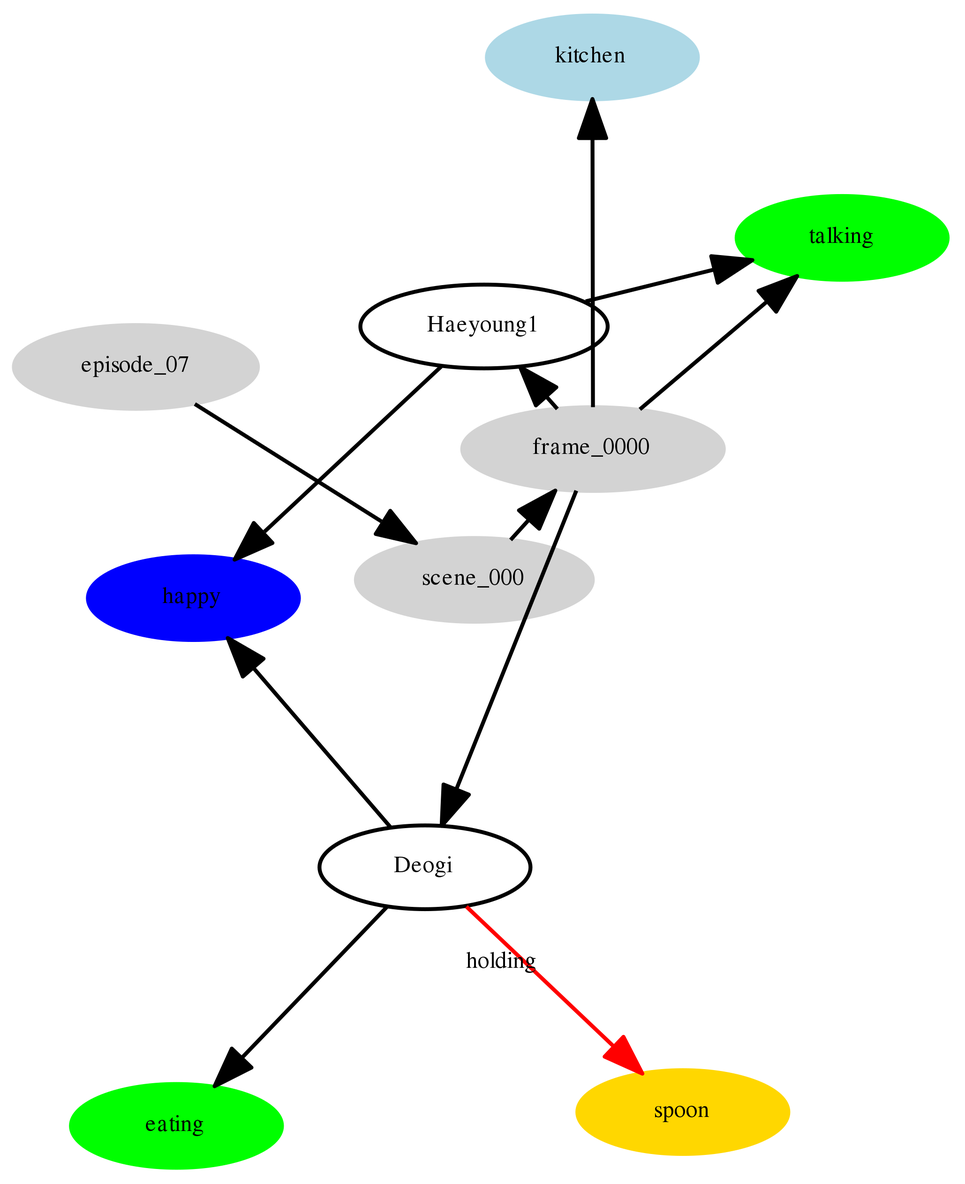
Above: jupyter/temp_graph.gv.png in ihaeyong/drama-graph (Graphviz), before the change. Its source is kept beside it as jupyter/temp_graph.gv.
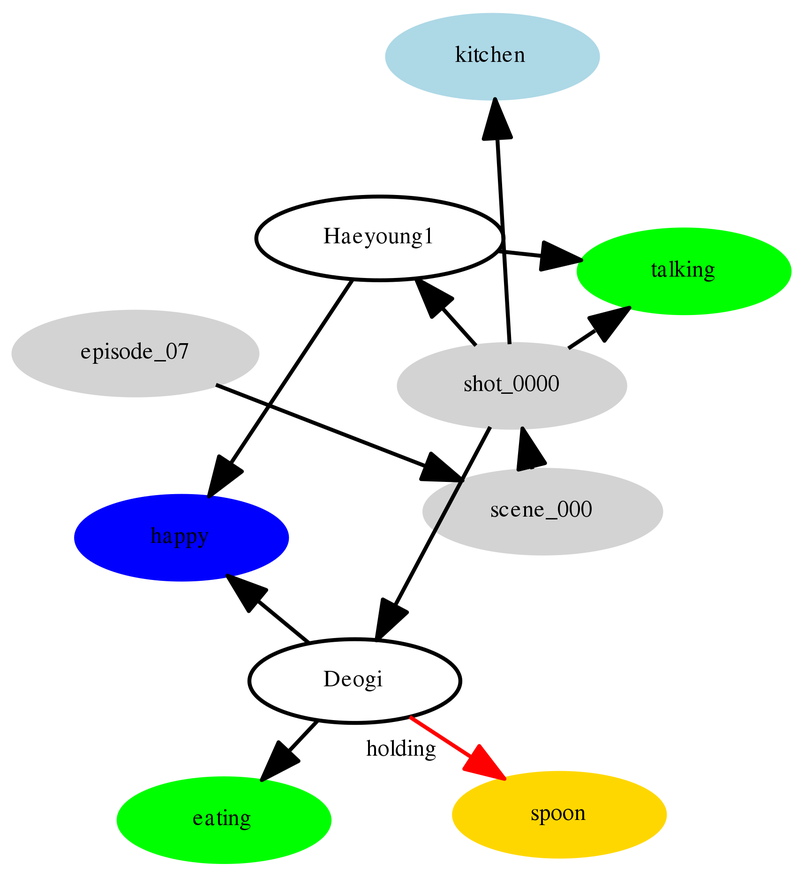
The same file after the commit.

What changed in the source:
```diff
@@ -4,23 +4,23 @@
 	edge [fontsize=6]
 	episode_07 [color=lightgrey style=filled]
 	scene_000 [color=lightgrey style=filled]
-	frame_0000 [color=lightgrey style=filled]
+	shot_0000 [color=lightgrey style=filled]
 	kitchen [color=lightblue style=filled]
 	talking [color=lightblue style=filled]
 	episode_07 -> scene_000
-	scene_000 -> frame_0000
-	frame_0000 -> kitchen
-	frame_0000 -> talking
+	scene_000 -> shot_0000
+	shot_0000 -> kitchen
+	shot_0000 -> talking
 	Haeyoung1
 	talking [color=green style=filled]
 	happy [color=blue style=filled]
-	frame_0000 -> Haeyoung1
+	shot_0000 -> Haeyoung1
 	Haeyoung1 -> talking
 	Haeyoung1 -> happy
 	Deogi
 	eating [color=green style=filled]
 	happy [color=blue style=filled]
-	frame_0000 -> Deogi
+	shot_0000 -> Deogi
 	Deogi -> eating
 	Deogi -> happy
 	spoon [color=gold style=filled]
```
